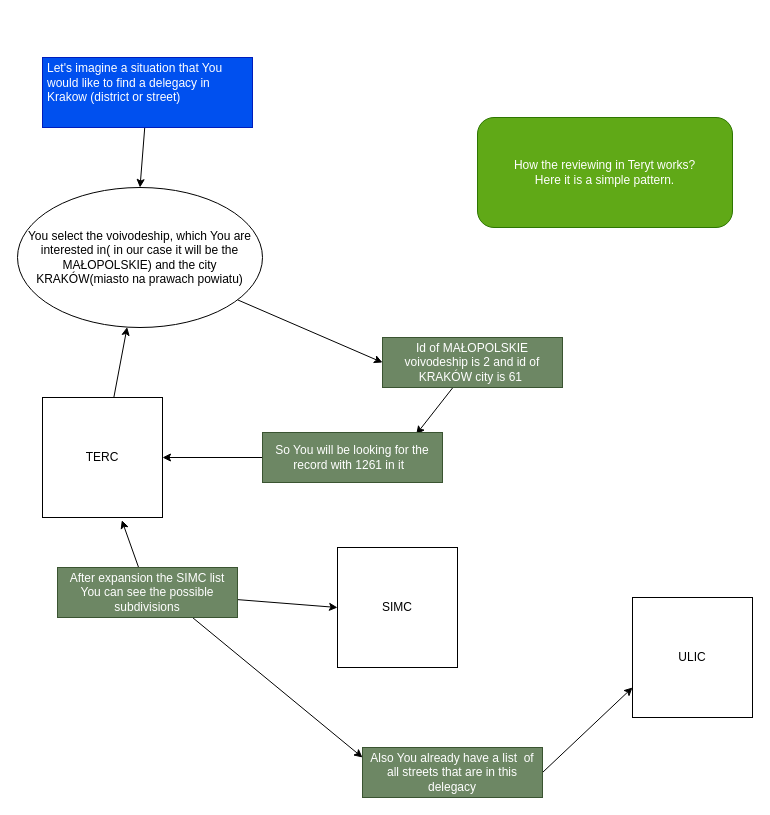
This is Teryt/Teryt/diagrams/reviewingdiagram.drawio from StanislawKluczewski/TerytTest, a draw.io file, before an edit. Source tidied: cells renumbered, new cells numbered last; positions are measured from the earlier drawing's top-left corner, leaving out a move shared by most shapes. Both pictures are drawn from the tidied source at 100%, with x=0, y=0 at pixel (17, 57).
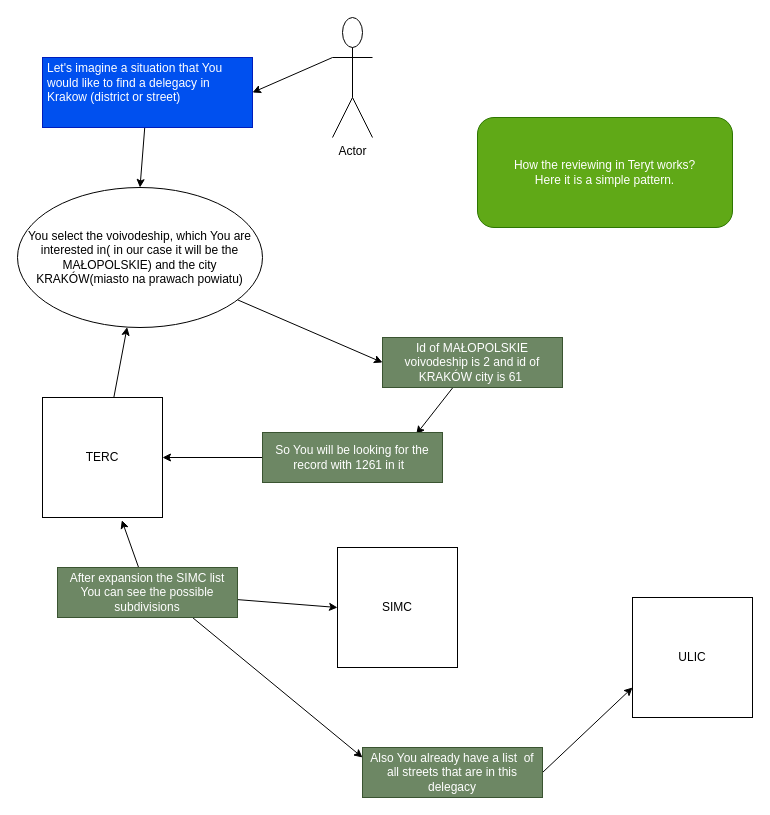
The same diagram, later.

Unchanged cells that the change refers to:
```xml
<mxCell id="10" value="&lt;br&gt;Let's imagine a situation that You would like to find a delegacy in Krakow (district or street)" style="text;html=1;strokeColor=#001DBC;fillColor=#0050ef;spacing=5;spacingTop=-20;whiteSpace=wrap;overflow=hidden;rounded=0;fontColor=#ffffff;" parent="1" vertex="1">
  <mxGeometry x="25" width="210" height="70" as="geometry" />
</mxCell>
```

Change to the diagram source:
```diff
@@
+    <mxCell id="21" style="edgeStyle=none;html=1;exitX=0;exitY=0.3333333333333333;exitDx=0;exitDy=0;exitPerimeter=0;entryX=1;entryY=0.5;entryDx=0;entryDy=0;" parent="1" edge="1" source="22" target="10">
+      <mxGeometry relative="1" as="geometry" />
+    </mxCell>
+    <mxCell id="22" value="Actor" style="shape=umlActor;verticalLabelPosition=bottom;verticalAlign=top;html=1;outlineConnect=0;" parent="1" vertex="1">
+      <mxGeometry x="315" y="-40" width="40" height="120" as="geometry" />
+    </mxCell>
```
